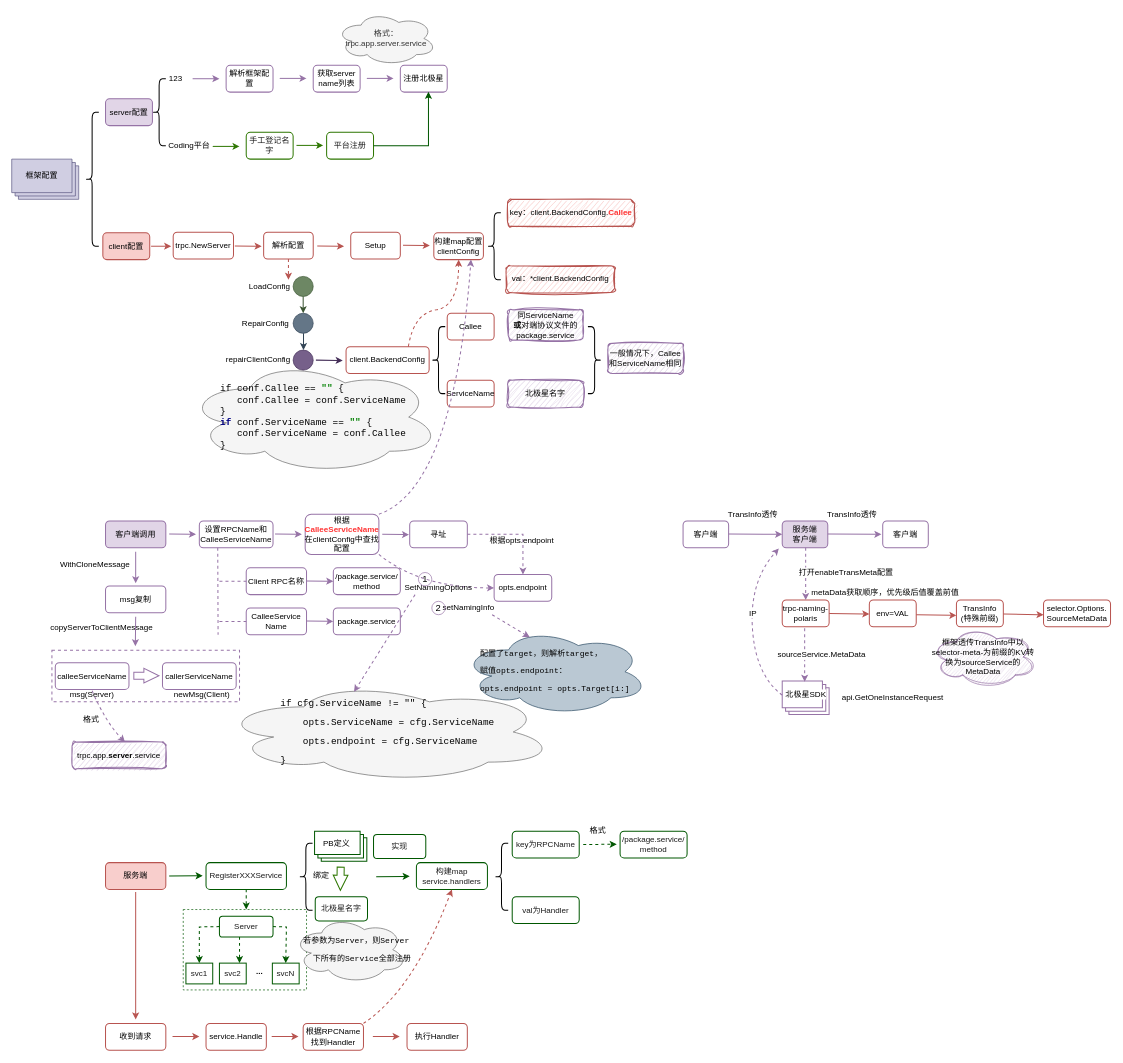
Above: base/trpc-go配置.drawio in melonshell/draw.io (draw.io), before the change. Source tidied: cells renumbered, new cells numbered last; positions are measured from the earlier drawing's top-left corner, leaving out a move shared by most shapes. Both pictures are drawn from the tidied source at 67%, with x=0, y=0 at pixel (11, 11).
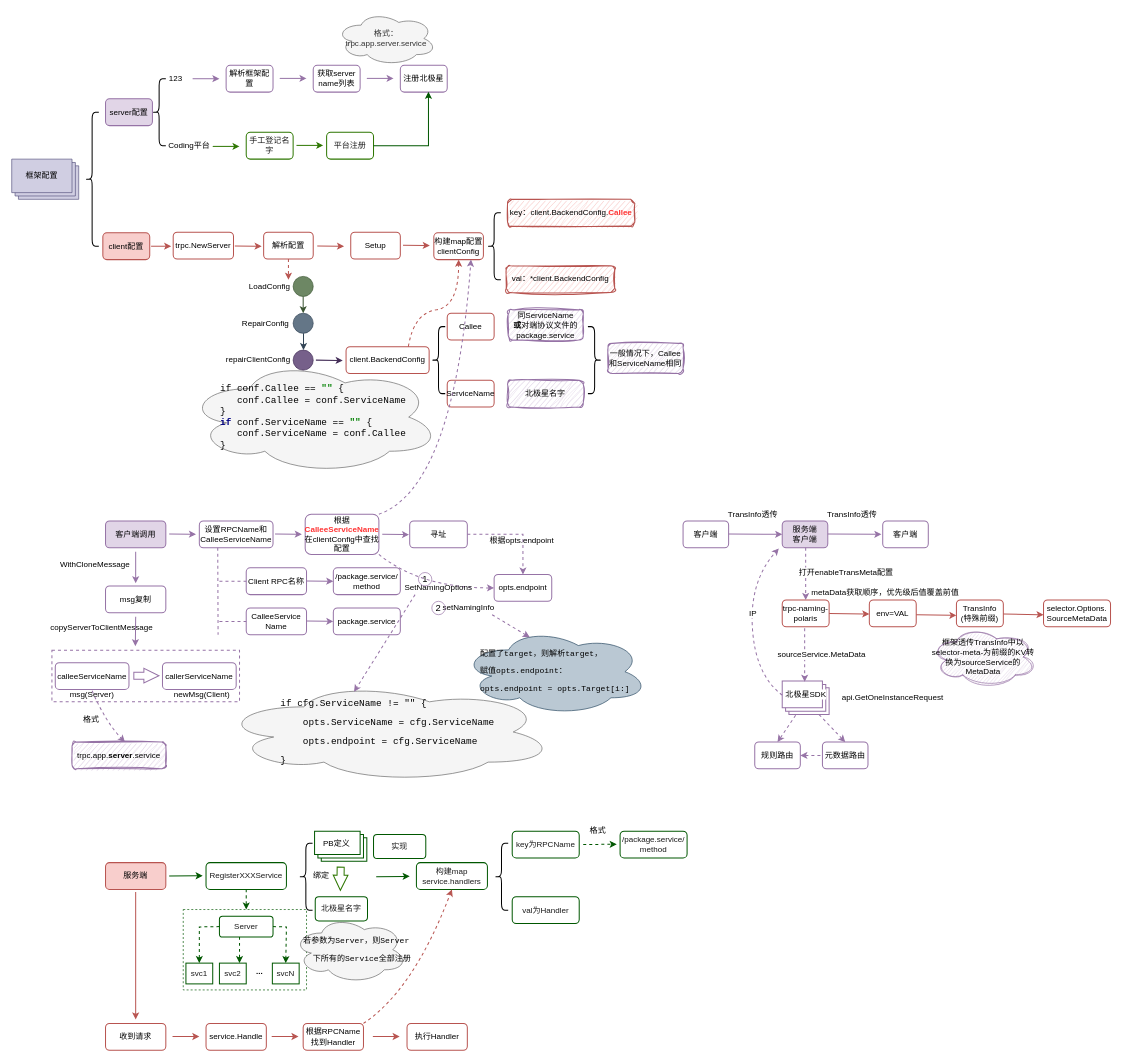
The same page after the edit.

Unchanged cells that the change refers to:
```xml
<mxCell id="146" style="verticalLabelPosition=bottom;verticalAlign=top;html=1;shape=mxgraph.basic.layered_rect;dx=10;outlineConnect=0;whiteSpace=wrap;strokeWidth=1.5;fillColor=default;strokeColor=#9673a6;" parent="1" vertex="1">
  <mxGeometry x="1150" y="999" width="70" height="50" as="geometry" />
</mxCell>
```

Change to the diagram source:
```diff
@@
+    <mxCell id="161" value="元数据路由" style="rounded=1;whiteSpace=wrap;html=1;strokeWidth=1.5;fillColor=none;strokeColor=#9673a6;" parent="1" vertex="1">
+      <mxGeometry x="1210" y="1090" width="68" height="40" as="geometry" />
+    </mxCell>
+    <mxCell id="162" value="规则路由" style="rounded=1;whiteSpace=wrap;html=1;strokeWidth=1.5;fillColor=none;strokeColor=#9673a6;" parent="1" vertex="1">
+      <mxGeometry x="1109" y="1090" width="68" height="40" as="geometry" />
+    </mxCell>
+    <mxCell id="163" style="endArrow=classic;html=1;rounded=0;dashed=1;strokeWidth=1.5;fontSize=14;fontColor=#1A1A1A;entryX=0.5;entryY=0;entryDx=0;entryDy=0;fillColor=#e1d5e7;strokeColor=#9673a6;" parent="1" edge="1" target="162">
+      <mxGeometry relative="1" as="geometry">
+        <mxPoint x="1170" y="1050" as="sourcePoint" />
+      </mxGeometry>
+    </mxCell>
+    <mxCell id="164" style="endArrow=classic;html=1;rounded=0;dashed=1;strokeWidth=1.5;fontSize=14;fontColor=#1A1A1A;entryX=0.5;entryY=0;entryDx=0;entryDy=0;fillColor=#e1d5e7;strokeColor=#9673a6;exitX=0;exitY=0;exitDx=55;exitDy=50;exitPerimeter=0;" parent="1" edge="1" source="146" target="161">
+      <mxGeometry relative="1" as="geometry" />
+    </mxCell>
+    <mxCell id="165" style="endArrow=classic;html=1;rounded=0;dashed=1;strokeWidth=1.5;fontSize=14;fontColor=#1A1A1A;fillColor=#e1d5e7;strokeColor=#9673a6;exitX=0;exitY=0.5;exitDx=0;exitDy=0;" parent="1" edge="1">
+      <mxGeometry relative="1" as="geometry">
+        <mxPoint x="1207" y="1110" as="sourcePoint" />
+        <mxPoint x="1177" y="1110" as="targetPoint" />
+      </mxGeometry>
+    </mxCell>
```
